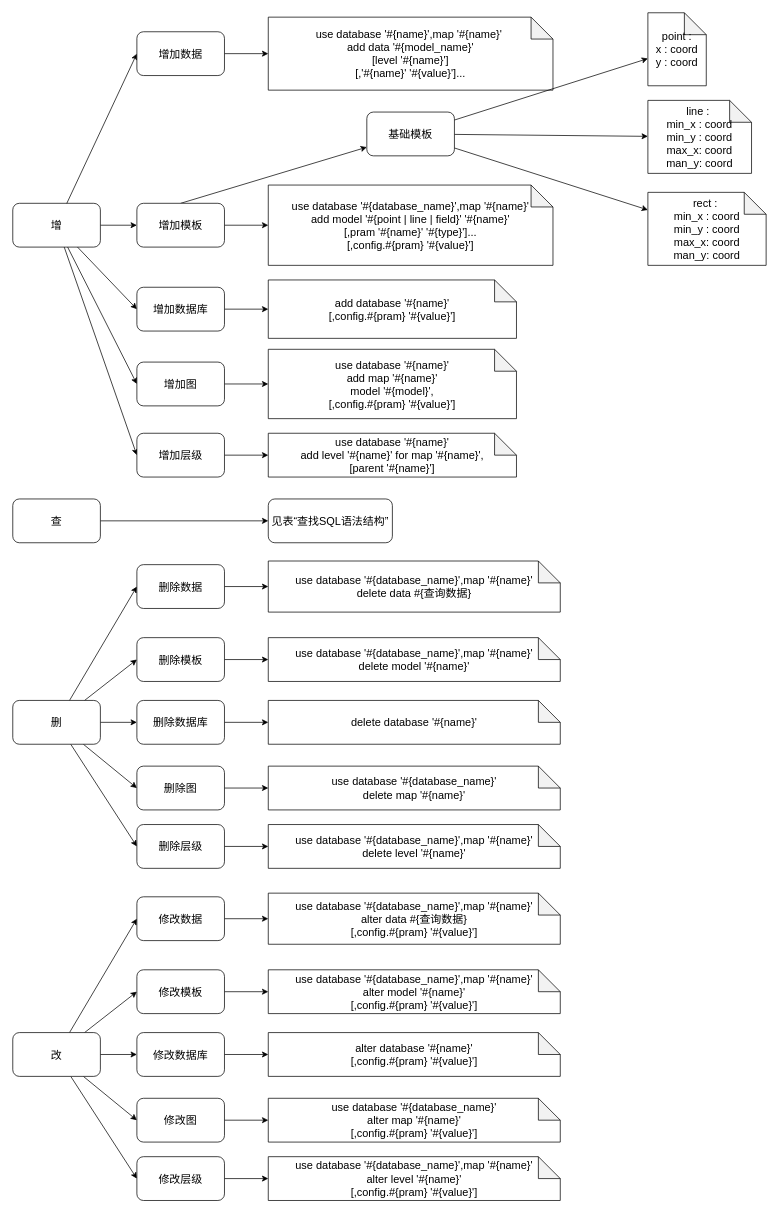
Earlier version of the draw.io diagram page "增删改查语法结构" (3 of 8) of 地理数据库架构图.drawio (MuLeiSY2021/RisegerDB). Source tidied: cells renumbered, new cells numbered last; positions are measured from the earlier drawing's top-left corner, leaving out a move shared by most shapes. Both pictures are drawn from the tidied source at 73%, with x=0, y=0 at pixel (12, 12).
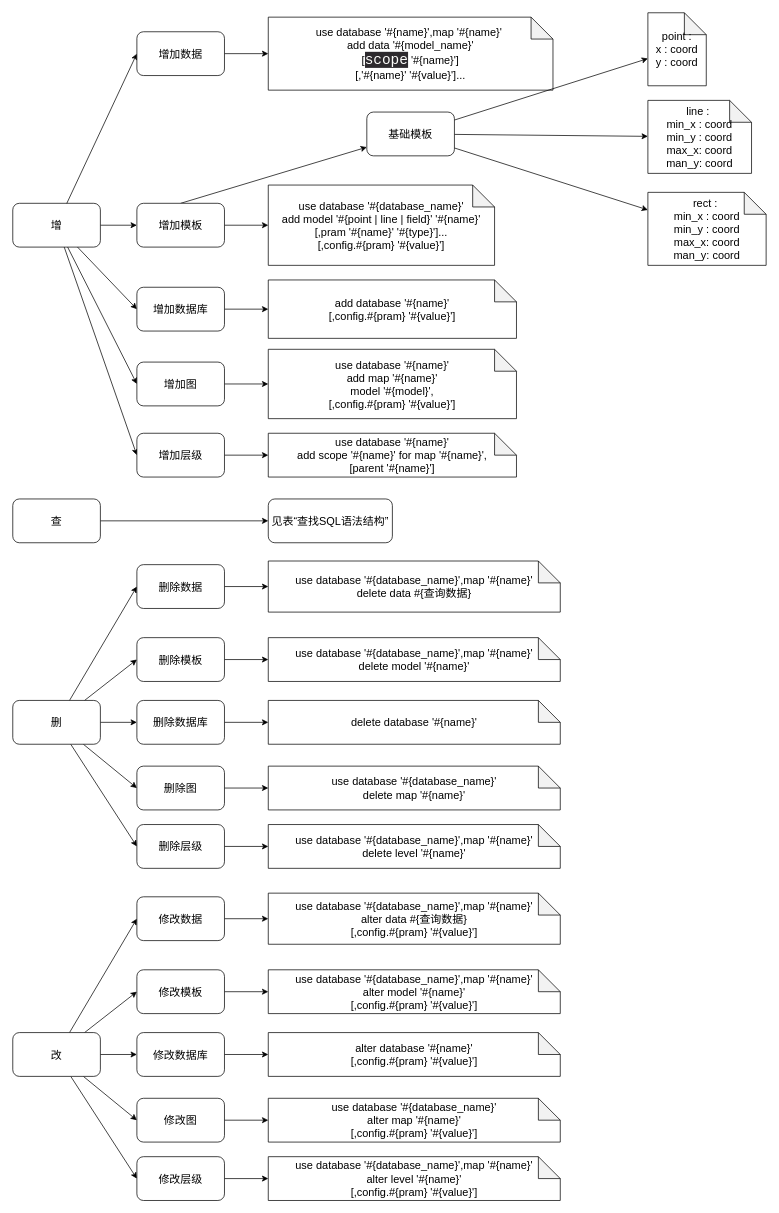
The same diagram, later.

What changed in the source:
```diff
@@
-    <mxCell id="36" value="use database '#{name}'&lt;br style=&quot;border-color: var(--border-color); font-size: 15px;&quot;&gt;add level '#{name}' for map '#{name}',&lt;br style=&quot;font-size: 15px;&quot;&gt;[parent '#{name}']" style="shape=note;whiteSpace=wrap;html=1;backgroundOutline=1;darkOpacity=0.05;rounded=1;fontSize=15;" parent="1" vertex="1">
+    <mxCell id="36" value="use database '#{name}'&lt;br style=&quot;border-color: var(--border-color); font-size: 15px;&quot;&gt;add scope&amp;nbsp;'#{name}' for map '#{name}',&lt;br style=&quot;font-size: 15px;&quot;&gt;[parent '#{name}']" style="shape=note;whiteSpace=wrap;html=1;backgroundOutline=1;darkOpacity=0.05;rounded=1;fontSize=15;" parent="1" vertex="1">
       <mxGeometry x="350" y="576" width="340" height="60" as="geometry" />
     </mxCell>
-    <mxCell id="37" value="use database '#{database_name}',map '#{name}'&lt;br style=&quot;border-color: var(--border-color); font-size: 15px;&quot;&gt;add model '#{point | line | field}' '#{name}'&lt;br style=&quot;font-size: 15px;&quot;&gt;[,pram '#{name}' '#{type}']...&lt;br style=&quot;font-size: 15px;&quot;&gt;[,config.#{pram} '#{value}']" style="shape=note;whiteSpace=wrap;html=1;backgroundOutline=1;darkOpacity=0.05;fontFamily=Helvetica;fontSize=15;fontColor=default;" parent="1" vertex="1">
-      <mxGeometry x="350" y="236" width="390" height="110" as="geometry" />
+    <mxCell id="37" value="use database '#{database_name}'&lt;br style=&quot;border-color: var(--border-color); font-size: 15px;&quot;&gt;add model '#{point | line | field}' '#{name}'&lt;br style=&quot;font-size: 15px;&quot;&gt;[,pram '#{name}' '#{type}']...&lt;br style=&quot;font-size: 15px;&quot;&gt;[,config.#{pram} '#{value}']" style="shape=note;whiteSpace=wrap;html=1;backgroundOutline=1;darkOpacity=0.05;fontFamily=Helvetica;fontSize=15;fontColor=default;" parent="1" vertex="1">
+      <mxGeometry x="350" y="236" width="310" height="110" as="geometry" />
     </mxCell>
-    <mxCell id="38" value="use database '#{name}',map '#{name}'&amp;nbsp;&lt;br style=&quot;font-size: 15px;&quot;&gt;add data '#{model_name}'&lt;br style=&quot;font-size: 15px;&quot;&gt;[level '#{name}']&lt;br style=&quot;font-size: 15px;&quot;&gt;[,'#{name}' '#{value}']..." style="shape=note;whiteSpace=wrap;html=1;backgroundOutline=1;darkOpacity=0.05;fontFamily=Helvetica;fontSize=15;fontColor=default;" parent="1" vertex="1">
+    <mxCell id="38" value="use database '#{name}',map '#{name}'&amp;nbsp;&lt;br style=&quot;font-size: 15px;&quot;&gt;add data '#{model_name}'&lt;br style=&quot;font-size: 15px;&quot;&gt;[&lt;span style=&quot;background-color: rgb(45, 42, 46); color: rgb(252, 252, 250); font-family: &amp;quot;Droid Sans Mono&amp;quot;, monospace; font-size: 14.8pt;&quot;&gt;scope&lt;/span&gt;&lt;span style=&quot;background-color: initial;&quot;&gt;&amp;nbsp;'#{name}']&lt;/span&gt;&lt;br&gt;[,'#{name}' '#{value}']..." style="shape=note;whiteSpace=wrap;html=1;backgroundOutline=1;darkOpacity=0.05;fontFamily=Helvetica;fontSize=15;fontColor=default;" parent="1" vertex="1">
       <mxGeometry x="350" y="6" width="390" height="100" as="geometry" />
     </mxCell>
```
